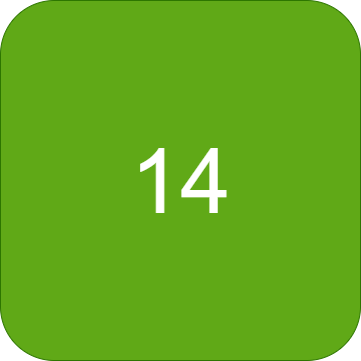
The draw.io diagram Rush Hour Main/assets/MapButtons/14(B).png in zintom69/Game-Rush-Hour, before a commit. Source tidied: cells renumbered, new cells last; positions are measured from the earlier drawing's top-left corner, leaving out a move shared by most shapes.
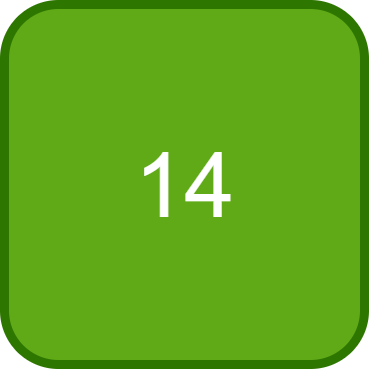
Above is the later version.

What changed in the source:
```diff
@@ -2,7 +2,7 @@
   <root>
     <mxCell id="0" />
     <mxCell id="1" parent="0" />
-    <mxCell id="2" value="&lt;span style=&quot;font-size: 90px;&quot;&gt;14&lt;/span&gt;" style="rounded=1;whiteSpace=wrap;html=1;fillColor=#60a917;fontColor=#ffffff;strokeColor=#2D7600;" parent="1" vertex="1">
+    <mxCell id="2" value="&lt;span style=&quot;font-size: 90px;&quot;&gt;14&lt;/span&gt;" style="rounded=1;whiteSpace=wrap;html=1;strokeWidth=9;fillColor=#60a917;fontColor=#ffffff;strokeColor=#2D7600;" parent="1" vertex="1">
       <mxGeometry width="360" height="360" as="geometry" />
     </mxCell>
   </root>
```
